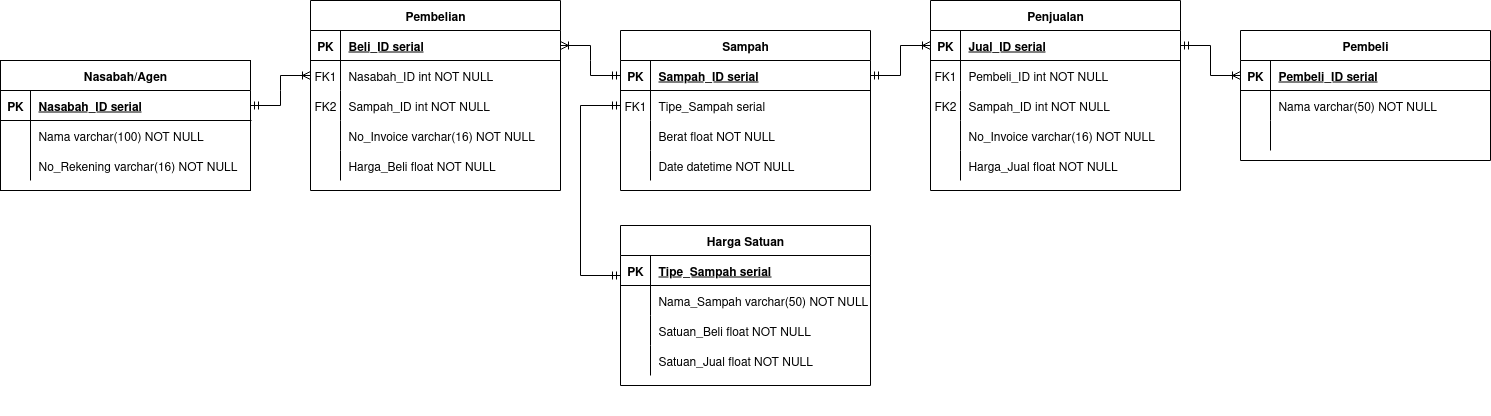
Earlier version of the draw.io export assets/erd/Database_BSB.png (lindduncoding/database-bsb). Source tidied: cells renumbered, new cells last; positions are measured from the earlier drawing's top-left corner, leaving out a move shared by most shapes.
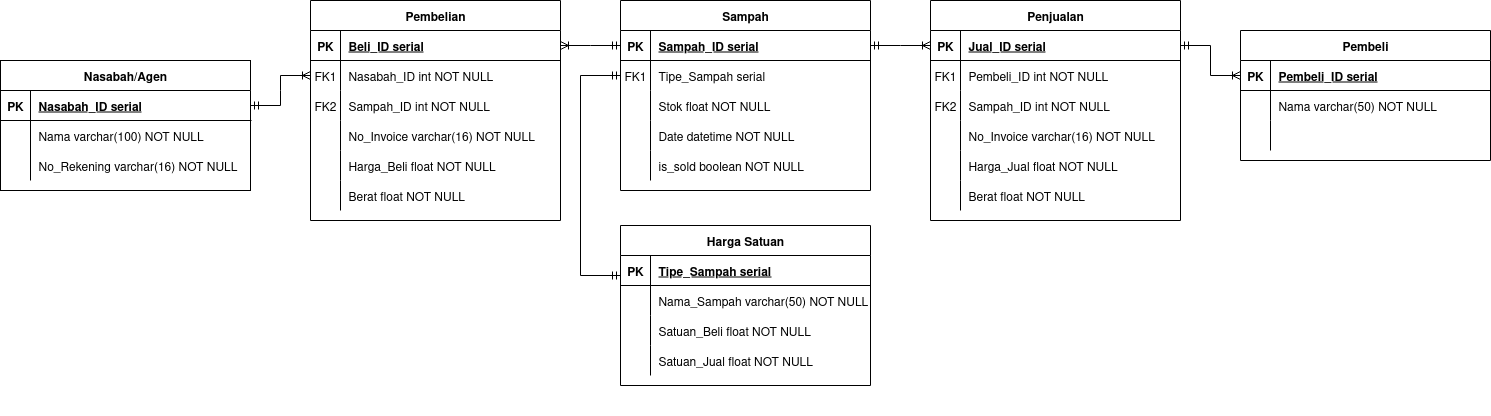
The same file after the commit.

What changed in the source:
```diff
@@ -33,7 +33,7 @@
       <mxGeometry x="30" width="220" height="30" as="geometry" />
     </mxCell>
     <mxCell id="12" value="Sampah" style="shape=table;startSize=30;rowLines=0;fontStyle=1;align=center;" parent="1" vertex="1">
-      <mxGeometry x="620" y="40" width="250" height="160" as="geometry" />
+      <mxGeometry x="620" y="10" width="250" height="190" as="geometry" />
     </mxCell>
     <mxCell id="13" style="shape=partialRectangle;fillColor=none;points=[[0,0.5],[1,0.5]];portConstraint=eastwest;top=0;left=0;right=0;bottom=1;" parent="12" vertex="1">
       <mxGeometry y="30" width="250" height="30" as="geometry" />
@@ -59,7 +59,7 @@
     <mxCell id="20" style="shape=partialRectangle;overflow=hidden;fillColor=none;top=0;left=0;bottom=0;right=0;" parent="19" vertex="1">
       <mxGeometry width="30" height="30" as="geometry" />
     </mxCell>
-    <mxCell id="21" value="Berat float NOT NULL" style="shape=partialRectangle;overflow=hidden;fillColor=none;top=0;left=0;bottom=0;right=0;align=left;spacingLeft=6;" parent="19" vertex="1">
+    <mxCell id="21" value="Stok float NOT NULL" style="shape=partialRectangle;overflow=hidden;fillColor=none;top=0;left=0;bottom=0;right=0;align=left;spacingLeft=6;" parent="19" vertex="1">
       <mxGeometry x="30" width="220" height="30" as="geometry" />
     </mxCell>
     <mxCell id="22" style="shape=partialRectangle;fillColor=none;top=0;left=0;right=0;bottom=0;" parent="12" vertex="1">
@@ -71,6 +71,15 @@
     <mxCell id="24" value="Date datetime NOT NULL" style="shape=partialRectangle;overflow=hidden;fillColor=none;top=0;left=0;bottom=0;right=0;align=left;spacingLeft=6;" parent="22" vertex="1">
       <mxGeometry x="30" width="220" height="30" as="geometry" />
     </mxCell>
+    <mxCell id="87" style="shape=partialRectangle;fillColor=none;top=0;left=0;right=0;bottom=0;" parent="12" vertex="1">
+      <mxGeometry y="150" width="250" height="30" as="geometry" />
+    </mxCell>
+    <mxCell id="88" style="shape=partialRectangle;overflow=hidden;fillColor=none;top=0;left=0;bottom=0;right=0;" parent="87" vertex="1">
+      <mxGeometry width="30" height="30" as="geometry" />
+    </mxCell>
+    <mxCell id="89" value="is_sold boolean NOT NULL" style="shape=partialRectangle;overflow=hidden;fillColor=none;top=0;left=0;bottom=0;right=0;align=left;spacingLeft=6;" parent="87" vertex="1">
+      <mxGeometry x="30" width="220" height="30" as="geometry" />
+    </mxCell>
     <mxCell id="25" value="Pembeli" style="shape=table;startSize=30;rowLines=0;fontStyle=1;align=center;" parent="1" vertex="1">
       <mxGeometry x="1240" y="40" width="250" height="130" as="geometry" />
     </mxCell>
@@ -141,7 +150,7 @@
       <mxGeometry x="30" width="220" height="30" as="geometry" />
     </mxCell>
     <mxCell id="48" value="Pembelian" style="shape=table;startSize=30;rowLines=0;fontStyle=1;align=center;" parent="1" vertex="1">
-      <mxGeometry x="310" y="10" width="250" height="190" as="geometry" />
+      <mxGeometry x="310" y="10" width="250" height="220" as="geometry" />
     </mxCell>
     <mxCell id="49" style="shape=partialRectangle;fillColor=none;points=[[0,0.5],[1,0.5]];portConstraint=eastwest;top=0;left=0;right=0;bottom=1;" parent="48" vertex="1">
       <mxGeometry y="30" width="250" height="30" as="geometry" />
@@ -188,8 +197,17 @@
     <mxCell id="63" value="Harga_Beli float NOT NULL" style="shape=partialRectangle;overflow=hidden;fillColor=none;top=0;left=0;bottom=0;right=0;align=left;spacingLeft=6;" parent="61" vertex="1">
       <mxGeometry x="30" width="220" height="30" as="geometry" />
     </mxCell>
+    <mxCell id="90" style="shape=partialRectangle;fillColor=none;top=0;left=0;right=0;bottom=0;" parent="48" vertex="1">
+      <mxGeometry y="180" width="250" height="30" as="geometry" />
+    </mxCell>
+    <mxCell id="91" style="shape=partialRectangle;overflow=hidden;fillColor=none;top=0;left=0;bottom=0;right=0;" parent="90" vertex="1">
+      <mxGeometry width="30" height="30" as="geometry" />
+    </mxCell>
+    <mxCell id="92" value="Berat float NOT NULL" style="shape=partialRectangle;overflow=hidden;fillColor=none;top=0;left=0;bottom=0;right=0;align=left;spacingLeft=6;" parent="90" vertex="1">
+      <mxGeometry x="30" width="220" height="30" as="geometry" />
+    </mxCell>
     <mxCell id="64" value="Penjualan" style="shape=table;startSize=30;rowLines=0;fontStyle=1;align=center;" parent="1" vertex="1">
-      <mxGeometry x="930" y="10" width="250" height="190" as="geometry" />
+      <mxGeometry x="930" y="10" width="250" height="220" as="geometry" />
     </mxCell>
     <mxCell id="65" style="shape=partialRectangle;fillColor=none;points=[[0,0.5],[1,0.5]];portConstraint=eastwest;top=0;left=0;right=0;bottom=1;" parent="64" vertex="1">
       <mxGeometry y="30" width="250" height="30" as="geometry" />
@@ -236,6 +254,15 @@
     <mxCell id="79" value="Harga_Jual float NOT NULL" style="shape=partialRectangle;overflow=hidden;fillColor=none;top=0;left=0;bottom=0;right=0;align=left;spacingLeft=6;" parent="77" vertex="1">
       <mxGeometry x="30" width="220" height="30" as="geometry" />
     </mxCell>
+    <mxCell id="93" style="shape=partialRectangle;fillColor=none;top=0;left=0;right=0;bottom=0;" parent="64" vertex="1">
+      <mxGeometry y="180" width="250" height="30" as="geometry" />
+    </mxCell>
+    <mxCell id="94" style="shape=partialRectangle;overflow=hidden;fillColor=none;top=0;left=0;bottom=0;right=0;" parent="93" vertex="1">
+      <mxGeometry width="30" height="30" as="geometry" />
+    </mxCell>
+    <mxCell id="95" value="Berat float NOT NULL" style="shape=partialRectangle;overflow=hidden;fillColor=none;top=0;left=0;bottom=0;right=0;align=left;spacingLeft=6;" parent="93" vertex="1">
+      <mxGeometry x="30" width="220" height="30" as="geometry" />
+    </mxCell>
     <mxCell id="80" style="edgeStyle=entityRelationEdgeStyle;fontSize=12;html=1;endArrow=ERoneToMany;startArrow=ERmandOne;rounded=0;exitX=1;exitY=0.5;exitDx=0;exitDy=0;entryX=0;entryY=0.5;entryDx=0;entryDy=0;" parent="1" edge="1" source="3" target="52">
       <mxGeometry relative="1" as="geometry">
         <Array as="points">
```
